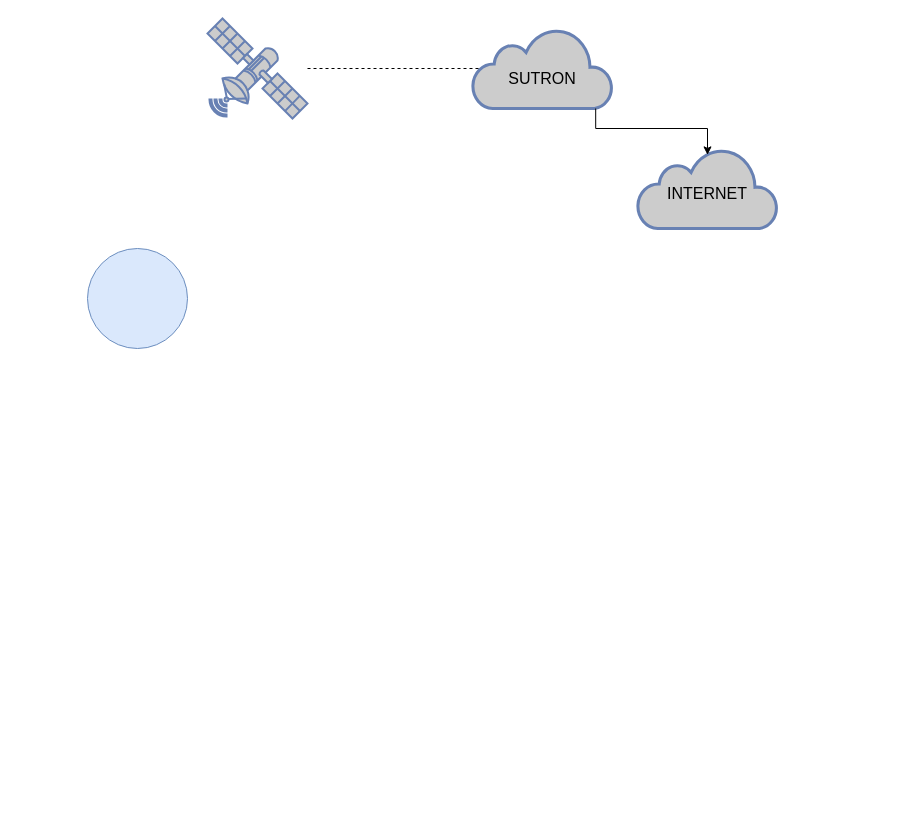
Before: PhoenixSystems.drawio in ChangeNameLaterGS/Name-Netwok, a draw.io diagram. Source tidied: cells renumbered, new cells numbered last; positions are measured from the earlier drawing's top-left corner, leaving out a move shared by most shapes. Both pictures are drawn from the tidied source at 100%, with x=0, y=0 at pixel (87, 18).
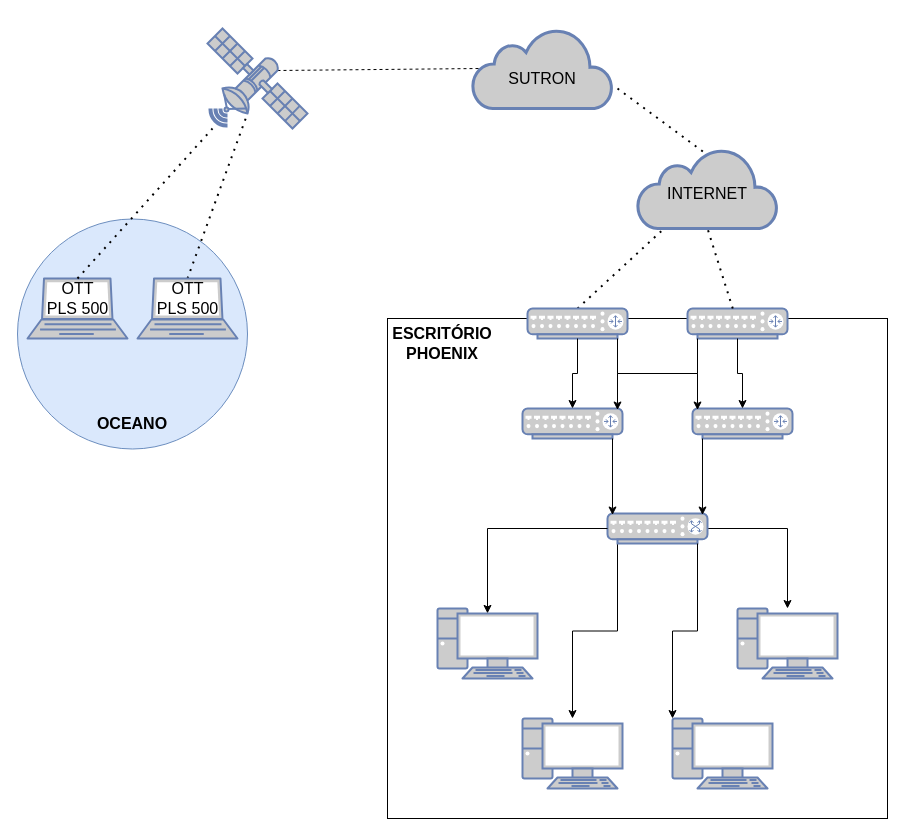
Above is the later version.

The change refers to these unchanged cells:
```xml
<mxCell id="2" style="html=1;outlineConnect=0;fillColor=#CCCCCC;strokeColor=#6881B3;gradientColor=none;gradientDirection=north;strokeWidth=2;shape=mxgraph.networks.cloud;fontColor=#ffffff;" parent="1" vertex="1">
  <mxGeometry x="385" y="10" width="140" height="80" as="geometry" />
</mxCell>
<mxCell id="6" style="html=1;outlineConnect=0;fillColor=#CCCCCC;strokeColor=#6881B3;gradientColor=none;gradientDirection=north;strokeWidth=2;shape=mxgraph.networks.cloud;fontColor=#ffffff;" parent="1" vertex="1">
  <mxGeometry x="550" y="130" width="140" height="80" as="geometry" />
</mxCell>
```

The edit, as a diff of the source:
```diff
@@
-    <mxCell id="3" style="endArrow=none;dashed=1;html=1;rounded=0;entryX=0.06;entryY=0.5;entryDx=0;entryDy=0;entryPerimeter=0;" parent="1" edge="1" source="9" target="2">
+    <mxCell id="3" style="endArrow=none;dashed=1;html=1;rounded=0;entryX=0.06;entryY=0.5;entryDx=0;entryDy=0;entryPerimeter=0;exitX=0.7;exitY=0.42;exitDx=0;exitDy=0;exitPerimeter=0;" parent="1" edge="1" source="9" target="2">
       <mxGeometry relative="1" as="geometry" />
     </mxCell>
     <mxCell id="4" style="ellipse;whiteSpace=wrap;html=1;fillColor=#dae8fc;strokeColor=#6c8ebf;" parent="1" vertex="1">
-      <mxGeometry y="230" width="100" height="100" as="geometry" />
+      <mxGeometry x="-70" y="200.5" width="230" height="230" as="geometry" />
     </mxCell>
@@
-    <mxCell id="7" style="edgeStyle=orthogonalEdgeStyle;rounded=0;jettySize=auto;html=1;exitX=0.88;exitY=1;exitDx=0;exitDy=0;exitPerimeter=0;entryX=0.5;entryY=0.08;entryDx=0;entryDy=0;entryPerimeter=0;" parent="1" edge="1" source="2" target="6">
-      <mxGeometry relative="1" as="geometry" />
-    </mxCell>
@@
     <mxCell id="9" style="fontColor=#0066CC;verticalAlign=top;verticalLabelPosition=bottom;labelPosition=center;align=center;html=1;outlineConnect=0;fillColor=#CCCCCC;strokeColor=#6881B3;gradientColor=none;gradientDirection=north;strokeWidth=2;shape=mxgraph.networks.satellite;" parent="1" vertex="1">
-      <mxGeometry x="120" width="100" height="100" as="geometry" />
+      <mxGeometry x="120" y="10" width="100" height="100" as="geometry" />
     </mxCell>
+    <mxCell id="7" style="endArrow=none;dashed=1;html=1;dashPattern=1 3;strokeWidth=2;rounded=0;entryX=0.5;entryY=0.08;entryDx=0;entryDy=0;entryPerimeter=0;exitX=1.036;exitY=0.75;exitDx=0;exitDy=0;exitPerimeter=0;" parent="1" edge="1" source="2" target="6">
+      <mxGeometry relative="1" as="geometry" />
+    </mxCell>
+    <mxCell id="10" style="endArrow=none;dashed=1;html=1;dashPattern=1 3;strokeWidth=2;rounded=0;exitX=0.5;exitY=0;exitDx=0;exitDy=0;exitPerimeter=0;" parent="1" edge="1" source="12" target="6">
+      <mxGeometry relative="1" as="geometry" />
+    </mxCell>
+    <mxCell id="11" style="whiteSpace=wrap;html=1;" parent="1" vertex="1">
+      <mxGeometry x="300" y="300" width="500" height="500" as="geometry" />
+    </mxCell>
+    <mxCell id="12" style="fontColor=#0066CC;verticalAlign=top;verticalLabelPosition=bottom;labelPosition=center;align=center;html=1;outlineConnect=0;fillColor=#CCCCCC;strokeColor=#6881B3;gradientColor=none;gradientDirection=north;strokeWidth=2;shape=mxgraph.networks.router;" parent="1" vertex="1">
+      <mxGeometry x="440" y="290" width="100" height="30" as="geometry" />
+    </mxCell>
+    <mxCell id="13" style="edgeStyle=orthogonalEdgeStyle;rounded=0;jettySize=auto;html=1;exitX=0.1;exitY=1;exitDx=0;exitDy=0;exitPerimeter=0;" parent="1" edge="1" source="15" target="17">
+      <mxGeometry relative="1" as="geometry" />
+    </mxCell>
+    <mxCell id="14" style="edgeStyle=orthogonalEdgeStyle;rounded=0;jettySize=auto;html=1;exitX=1;exitY=0.5;exitDx=0;exitDy=0;exitPerimeter=0;" parent="1" edge="1" source="15" target="18">
+      <mxGeometry relative="1" as="geometry" />
+    </mxCell>
+    <mxCell id="15" style="fontColor=#0066CC;verticalAlign=top;verticalLabelPosition=bottom;labelPosition=center;align=center;html=1;outlineConnect=0;fillColor=#CCCCCC;strokeColor=#6881B3;gradientColor=none;gradientDirection=north;strokeWidth=2;shape=mxgraph.networks.switch;" parent="1" vertex="1">
+      <mxGeometry x="520" y="495" width="100" height="30" as="geometry" />
+    </mxCell>
+    <mxCell id="16" style="fontColor=#0066CC;verticalAlign=top;verticalLabelPosition=bottom;labelPosition=center;align=center;html=1;outlineConnect=0;fillColor=#CCCCCC;strokeColor=#6881B3;gradientColor=none;gradientDirection=north;strokeWidth=2;shape=mxgraph.networks.pc;" parent="1" vertex="1">
+      <mxGeometry x="350" y="590" width="100" height="70" as="geometry" />
+    </mxCell>
+    <mxCell id="17" style="fontColor=#0066CC;verticalAlign=top;verticalLabelPosition=bottom;labelPosition=center;align=center;html=1;outlineConnect=0;fillColor=#CCCCCC;strokeColor=#6881B3;gradientColor=none;gradientDirection=north;strokeWidth=2;shape=mxgraph.networks.pc;" parent="1" vertex="1">
+      <mxGeometry x="435" y="700" width="100" height="70" as="geometry" />
+    </mxCell>
+    <mxCell id="18" style="fontColor=#0066CC;verticalAlign=top;verticalLabelPosition=bottom;labelPosition=center;align=center;html=1;outlineConnect=0;fillColor=#CCCCCC;strokeColor=#6881B3;gradientColor=none;gradientDirection=north;strokeWidth=2;shape=mxgraph.networks.pc;" parent="1" vertex="1">
+      <mxGeometry x="650" y="590" width="100" height="70" as="geometry" />
+    </mxCell>
+    <mxCell id="19" style="fontColor=#0066CC;verticalAlign=top;verticalLabelPosition=bottom;labelPosition=center;align=center;html=1;outlineConnect=0;fillColor=#CCCCCC;strokeColor=#6881B3;gradientColor=none;gradientDirection=north;strokeWidth=2;shape=mxgraph.networks.pc;" parent="1" vertex="1">
+      <mxGeometry x="585" y="700" width="100" height="70" as="geometry" />
+    </mxCell>
+    <mxCell id="20" style="edgeStyle=orthogonalEdgeStyle;rounded=0;jettySize=auto;html=1;exitX=0;exitY=0.5;exitDx=0;exitDy=0;exitPerimeter=0;entryX=0.5;entryY=0.07;entryDx=0;entryDy=0;entryPerimeter=0;" parent="1" edge="1" source="15" target="16">
+      <mxGeometry relative="1" as="geometry" />
+    </mxCell>
+    <mxCell id="21" style="edgeStyle=orthogonalEdgeStyle;rounded=0;jettySize=auto;html=1;exitX=0.9;exitY=1;exitDx=0;exitDy=0;exitPerimeter=0;entryX=0;entryY=0;entryDx=0;entryDy=0;entryPerimeter=0;" parent="1" edge="1" source="15" target="19">
+      <mxGeometry relative="1" as="geometry" />
+    </mxCell>
+    <mxCell id="22" style="fontColor=#0066CC;verticalAlign=top;verticalLabelPosition=bottom;labelPosition=center;align=center;html=1;outlineConnect=0;fillColor=#CCCCCC;strokeColor=#6881B3;gradientColor=none;gradientDirection=north;strokeWidth=2;shape=mxgraph.networks.laptop;" parent="1" vertex="1">
+      <mxGeometry x="-60" y="260" width="100" height="60" as="geometry" />
+    </mxCell>
+    <mxCell id="23" style="endArrow=none;dashed=1;html=1;dashPattern=1 3;strokeWidth=2;rounded=0;exitX=0.5;exitY=0;exitDx=0;exitDy=0;exitPerimeter=0;" parent="1" edge="1" source="22" target="9">
+      <mxGeometry relative="1" as="geometry" />
+    </mxCell>
+    <mxCell id="24" style="endArrow=none;dashed=1;html=1;dashPattern=1 3;strokeWidth=2;rounded=0;exitX=0.5;exitY=0;exitDx=0;exitDy=0;exitPerimeter=0;entryX=0.4;entryY=0.85;entryDx=0;entryDy=0;entryPerimeter=0;" parent="1" edge="1" source="28" target="9">
+      <mxGeometry relative="1" as="geometry" />
+    </mxCell>
+    <mxCell id="25" value="ESCRITÓRIO PHOENIX" style="rounded=0;whiteSpace=wrap;html=1;strokeColor=none;fillColor=none;strokeWidth=2;fontSize=16;fontStyle=1;" parent="1" vertex="1">
+      <mxGeometry x="320" y="310" width="70" height="30" as="geometry" />
+    </mxCell>
+    <mxCell id="26" value="OCEANO" style="rounded=0;whiteSpace=wrap;html=1;strokeColor=none;fillColor=none;strokeWidth=2;fontSize=16;fontStyle=1;" parent="1" vertex="1">
+      <mxGeometry x="10" y="390" width="70" height="30" as="geometry" />
+    </mxCell>
+    <mxCell id="27" value="OTT PLS 500" style="rounded=0;whiteSpace=wrap;html=1;strokeColor=none;fillColor=none;strokeWidth=2;fontSize=16;" parent="1" vertex="1">
+      <mxGeometry x="-42.5" y="270" width="65" height="20" as="geometry" />
+    </mxCell>
+    <mxCell id="28" style="fontColor=#0066CC;verticalAlign=top;verticalLabelPosition=bottom;labelPosition=center;align=center;html=1;outlineConnect=0;fillColor=#CCCCCC;strokeColor=#6881B3;gradientColor=none;gradientDirection=north;strokeWidth=2;shape=mxgraph.networks.laptop;" parent="1" vertex="1">
+      <mxGeometry x="50" y="260" width="100" height="60" as="geometry" />
+    </mxCell>
+    <mxCell id="29" value="OTT PLS 500" style="rounded=0;whiteSpace=wrap;html=1;strokeColor=none;fillColor=none;strokeWidth=2;fontSize=16;" parent="1" vertex="1">
+      <mxGeometry x="67.5" y="270" width="65" height="20" as="geometry" />
+    </mxCell>
+    <mxCell id="30" style="fontColor=#0066CC;verticalAlign=top;verticalLabelPosition=bottom;labelPosition=center;align=center;html=1;outlineConnect=0;fillColor=#CCCCCC;strokeColor=#6881B3;gradientColor=none;gradientDirection=north;strokeWidth=2;shape=mxgraph.networks.router;" parent="1" vertex="1">
+      <mxGeometry x="600" y="290" width="100" height="30" as="geometry" />
+    </mxCell>
+    <mxCell id="31" style="endArrow=none;dashed=1;html=1;dashPattern=1 3;strokeWidth=2;rounded=0;entryX=0.5;entryY=1;entryDx=0;entryDy=0;entryPerimeter=0;" parent="1" edge="1" source="30" target="6">
+      <mxGeometry relative="1" as="geometry" />
+    </mxCell>
+    <mxCell id="32" style="fontColor=#0066CC;verticalAlign=top;verticalLabelPosition=bottom;labelPosition=center;align=center;html=1;outlineConnect=0;fillColor=#CCCCCC;strokeColor=#6881B3;gradientColor=none;gradientDirection=north;strokeWidth=2;shape=mxgraph.networks.router;" parent="1" vertex="1">
+      <mxGeometry x="435" y="390" width="100" height="30" as="geometry" />
+    </mxCell>
+    <mxCell id="33" style="fontColor=#0066CC;verticalAlign=top;verticalLabelPosition=bottom;labelPosition=center;align=center;html=1;outlineConnect=0;fillColor=#CCCCCC;strokeColor=#6881B3;gradientColor=none;gradientDirection=north;strokeWidth=2;shape=mxgraph.networks.router;" parent="1" vertex="1">
+      <mxGeometry x="605" y="390" width="100" height="30" as="geometry" />
+    </mxCell>
+    <mxCell id="34" style="edgeStyle=orthogonalEdgeStyle;rounded=0;jettySize=auto;html=1;exitX=0.9;exitY=1;exitDx=0;exitDy=0;exitPerimeter=0;entryX=0.05;entryY=0.05;entryDx=0;entryDy=0;entryPerimeter=0;" parent="1" edge="1" source="12" target="33">
+      <mxGeometry relative="1" as="geometry" />
+    </mxCell>
+    <mxCell id="35" style="edgeStyle=orthogonalEdgeStyle;rounded=0;jettySize=auto;html=1;exitX=0.1;exitY=1;exitDx=0;exitDy=0;exitPerimeter=0;entryX=0.95;entryY=0.05;entryDx=0;entryDy=0;entryPerimeter=0;" parent="1" edge="1" source="30" target="32">
+      <mxGeometry relative="1" as="geometry" />
+    </mxCell>
+    <mxCell id="36" style="edgeStyle=orthogonalEdgeStyle;rounded=0;jettySize=auto;html=1;exitX=0.5;exitY=1;exitDx=0;exitDy=0;exitPerimeter=0;entryX=0.5;entryY=0;entryDx=0;entryDy=0;entryPerimeter=0;" parent="1" edge="1" source="30" target="33">
+      <mxGeometry relative="1" as="geometry" />
+    </mxCell>
+    <mxCell id="37" style="edgeStyle=orthogonalEdgeStyle;rounded=0;jettySize=auto;html=1;exitX=0.5;exitY=1;exitDx=0;exitDy=0;exitPerimeter=0;entryX=0.5;entryY=0;entryDx=0;entryDy=0;entryPerimeter=0;" parent="1" edge="1" source="12" target="32">
+      <mxGeometry relative="1" as="geometry" />
+    </mxCell>
+    <mxCell id="38" style="edgeStyle=orthogonalEdgeStyle;rounded=0;jettySize=auto;html=1;exitX=0.9;exitY=1;exitDx=0;exitDy=0;exitPerimeter=0;entryX=0.05;entryY=0.05;entryDx=0;entryDy=0;entryPerimeter=0;" parent="1" edge="1" source="32" target="15">
+      <mxGeometry relative="1" as="geometry" />
+    </mxCell>
+    <mxCell id="39" style="edgeStyle=orthogonalEdgeStyle;rounded=0;jettySize=auto;html=1;exitX=0.1;exitY=1;exitDx=0;exitDy=0;exitPerimeter=0;entryX=0.95;entryY=0.05;entryDx=0;entryDy=0;entryPerimeter=0;" parent="1" edge="1" source="33" target="15">
+      <mxGeometry relative="1" as="geometry" />
+    </mxCell>
```
